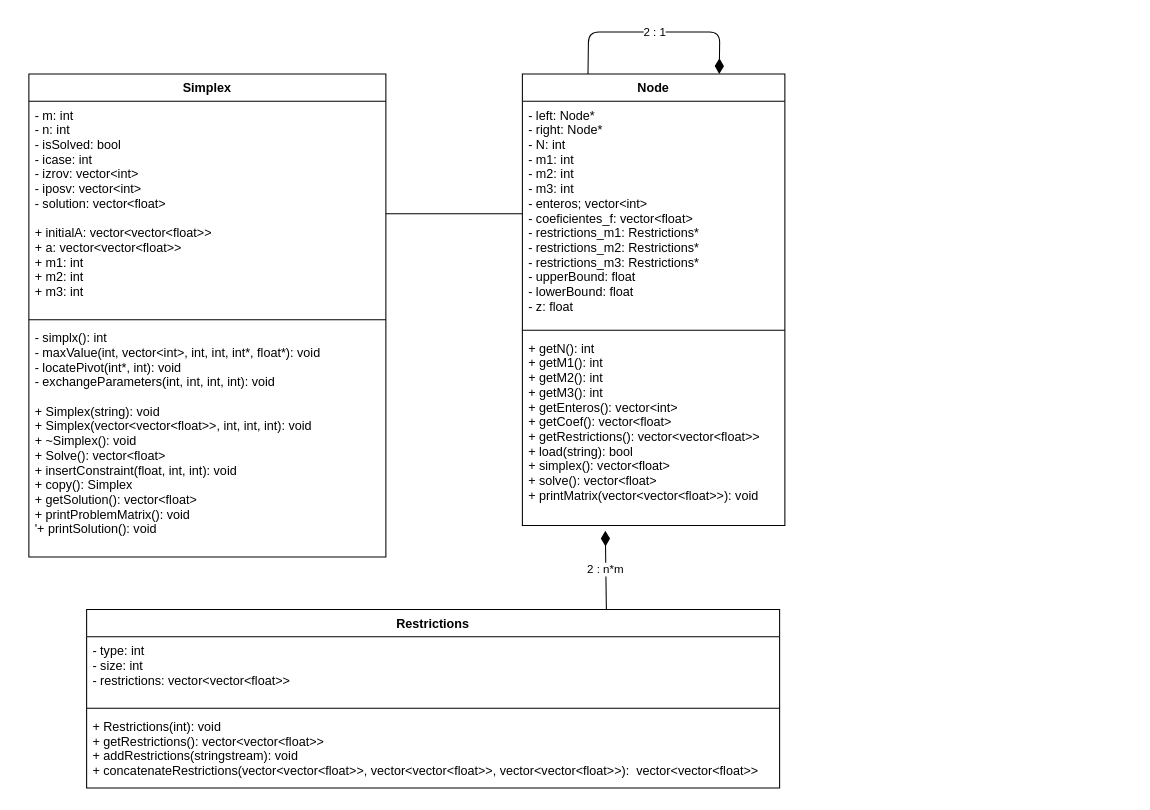
Above: Tarea 3/Class_Diagram.drawio in Ch3chS/Taller_de_progracion (draw.io), before the change. Source tidied: cells renumbered, new cells numbered last; positions are measured from the earlier drawing's top-left corner, leaving out a move shared by most shapes. Both pictures are drawn from the tidied source at 105%, with x=0, y=0 at pixel (28, 32).
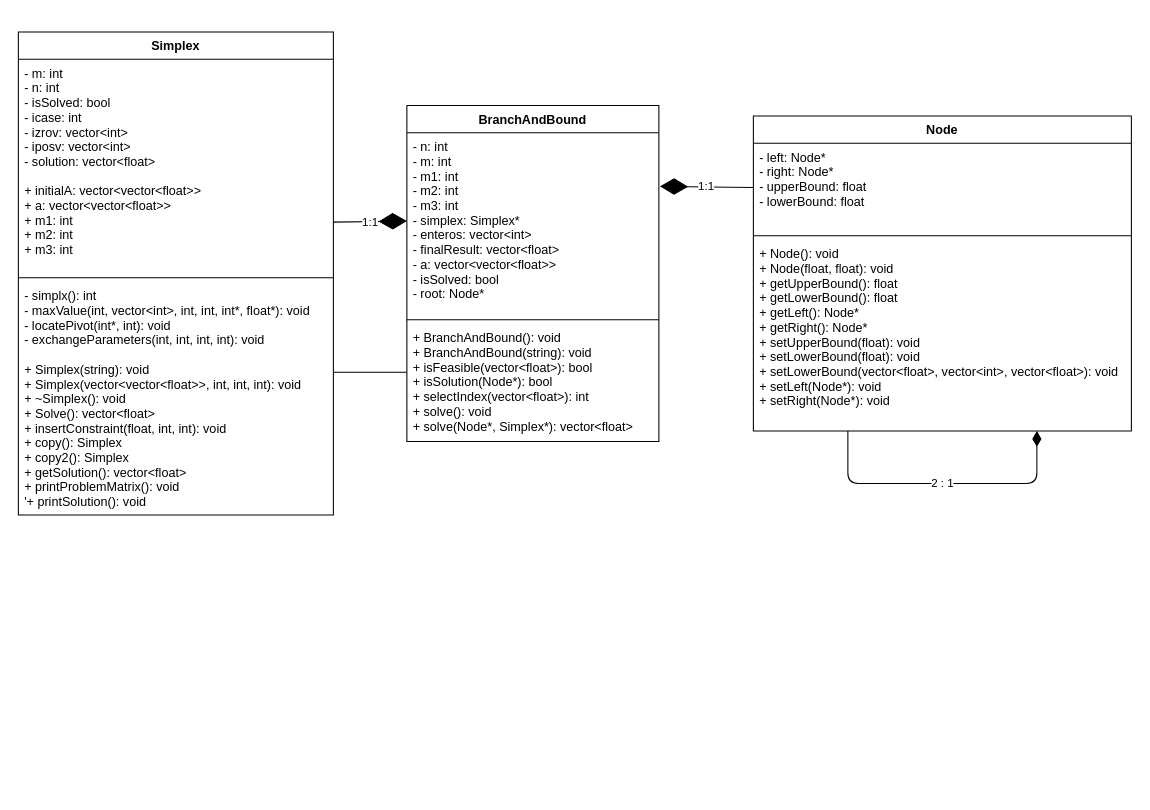
The same page after the edit.

The edit, as a diff of the source:
```diff
@@
-    <mxCell id="2" value="Restrictions" style="swimlane;fontStyle=1;align=center;verticalAlign=top;horizontal=1;startSize=26;" parent="1" vertex="1">
-      <mxGeometry x="55" y="550" width="660" height="170" as="geometry" />
-    </mxCell>
-    <mxCell id="3" value="- type: int&#10;- size: int&#10;- restrictions: vector&lt;vector&lt;float&gt;&gt; " style="text;strokeColor=none;fillColor=none;align=left;verticalAlign=top;spacingLeft=4;spacingRight=4;overflow=hidden;" parent="2" vertex="1">
-      <mxGeometry y="26" width="660" height="64" as="geometry" />
-    </mxCell>
-    <mxCell id="4" style="line;strokeWidth=1;fillColor=none;align=left;verticalAlign=middle;spacingTop=-1;spacingLeft=3;spacingRight=3;labelPosition=right;strokeColor=inherit;" parent="2" vertex="1">
-      <mxGeometry y="90" width="660" height="8" as="geometry" />
-    </mxCell>
-    <mxCell id="5" value="+ Restrictions(int): void&#10;+ getRestrictions(): vector&lt;vector&lt;float&gt;&gt;&#10;+ addRestrictions(stringstream): void&#10;+ concatenateRestrictions(vector&lt;vector&lt;float&gt;&gt;, vector&lt;vector&lt;float&gt;&gt;, vector&lt;vector&lt;float&gt;&gt;):  vector&lt;vector&lt;float&gt;&gt;" style="text;strokeColor=none;fillColor=none;align=left;verticalAlign=top;spacingLeft=4;spacingRight=4;overflow=hidden;" parent="2" vertex="1">
-      <mxGeometry y="98" width="660" height="72" as="geometry" />
-    </mxCell>
-    <mxCell id="6" style="edgeStyle=none;html=1;entryX=0;entryY=0.5;entryDx=0;entryDy=0;endArrow=none;endFill=0;" parent="1" edge="1" target="13">
-      <mxGeometry relative="1" as="geometry">
-        <mxPoint x="340" y="173" as="sourcePoint" />
-      </mxGeometry>
-    </mxCell>
     <mxCell id="7" value="Simplex" style="swimlane;fontStyle=1;align=center;verticalAlign=top;horizontal=1;startSize=26;" parent="1" vertex="1">
-      <mxGeometry y="40" width="340" height="460" as="geometry" />
+      <mxGeometry x="-10" width="300" height="460" as="geometry" />
     </mxCell>
     <mxCell id="8" value="- m: int&#10;- n: int&#10;- isSolved: bool&#10;- icase: int&#10;- izrov: vector&lt;int&gt;&#10;- iposv: vector&lt;int&gt;&#10;- solution: vector&lt;float&gt;&#10;&#10;+ initialA: vector&lt;vector&lt;float&gt;&gt;&#10;+ a: vector&lt;vector&lt;float&gt;&gt;&#10;+ m1: int&#10;+ m2: int&#10;+ m3: int" style="text;strokeColor=none;fillColor=none;align=left;verticalAlign=top;spacingLeft=4;spacingRight=4;overflow=hidden;points=[[0,0.5],[1,0.5]];portConstraint=eastwest;" parent="7" vertex="1">
-      <mxGeometry y="26" width="340" height="204" as="geometry" />
+      <mxGeometry y="26" width="300" height="204" as="geometry" />
     </mxCell>
     <mxCell id="9" style="line;strokeWidth=1;fillColor=none;align=left;verticalAlign=middle;spacingTop=-1;spacingLeft=3;spacingRight=3;labelPosition=right;strokeColor=inherit;" parent="7" vertex="1">
-      <mxGeometry y="230" width="340" height="8" as="geometry" />
+      <mxGeometry y="230" width="300" height="8" as="geometry" />
     </mxCell>
-    <mxCell id="10" value="- simplx(): int&#10;- maxValue(int, vector&lt;int&gt;, int, int, int*, float*): void&#10;- locatePivot(int*, int): void&#10;- exchangeParameters(int, int, int, int): void&#10;&#10;+ Simplex(string): void&#10;+ Simplex(vector&lt;vector&lt;float&gt;&gt;, int, int, int): void&#10;+ ~Simplex(): void&#10;+ Solve(): vector&lt;float&gt;&#10;+ insertConstraint(float, int, int): void&#10;+ copy(): Simplex&#10;+ getSolution(): vector&lt;float&gt;&#10;+ printProblemMatrix(): void&#10;'+ printSolution(): void" style="text;strokeColor=none;fillColor=none;align=left;verticalAlign=top;spacingLeft=4;spacingRight=4;overflow=hidden;" parent="7" vertex="1">
-      <mxGeometry y="238" width="340" height="222" as="geometry" />
+    <mxCell id="10" value="- simplx(): int&#10;- maxValue(int, vector&lt;int&gt;, int, int, int*, float*): void&#10;- locatePivot(int*, int): void&#10;- exchangeParameters(int, int, int, int): void&#10;&#10;+ Simplex(string): void&#10;+ Simplex(vector&lt;vector&lt;float&gt;&gt;, int, int, int): void&#10;+ ~Simplex(): void&#10;+ Solve(): vector&lt;float&gt;&#10;+ insertConstraint(float, int, int): void&#10;+ copy(): Simplex&#10;+ copy2(): Simplex&#10;+ getSolution(): vector&lt;float&gt;&#10;+ printProblemMatrix(): void&#10;'+ printSolution(): void" style="text;strokeColor=none;fillColor=none;align=left;verticalAlign=top;spacingLeft=4;spacingRight=4;overflow=hidden;" parent="7" vertex="1">
+      <mxGeometry y="238" width="300" height="222" as="geometry" />
     </mxCell>
-    <mxCell id="11" value="2 : 1&lt;br&gt;" style="edgeStyle=none;html=1;exitX=0.25;exitY=0;exitDx=0;exitDy=0;endArrow=diamondThin;endFill=1;entryX=0.75;entryY=0;entryDx=0;entryDy=0;startArrow=none;startFill=0;endSize=12;" parent="1" edge="1" source="12" target="12">
+    <mxCell id="11" value="2 : 1&lt;br&gt;" style="edgeStyle=none;html=1;exitX=0.25;exitY=1;exitDx=0;exitDy=0;endArrow=diamondThin;endFill=1;entryX=0.75;entryY=1;entryDx=0;entryDy=0;startArrow=none;startFill=0;endSize=12;" parent="1" edge="1" source="12" target="12">
       <mxGeometry relative="1" as="geometry">
         <Array as="points">
-          <mxPoint x="533" />
-          <mxPoint x="658" />
+          <mxPoint x="780" y="430" />
+          <mxPoint x="960" y="430" />
         </Array>
       </mxGeometry>
     </mxCell>
     <mxCell id="12" value="Node" style="swimlane;fontStyle=1;align=center;verticalAlign=top;horizontal=1;startSize=26;" parent="1" vertex="1">
-      <mxGeometry x="470" y="40" width="250" height="430" as="geometry" />
+      <mxGeometry x="690" y="80" width="360" height="300" as="geometry" />
     </mxCell>
-    <mxCell id="13" value="- left: Node*&#10;- right: Node*&#10;- N: int&#10;- m1: int&#10;- m2: int&#10;- m3: int&#10;- enteros; vector&lt;int&gt;&#10;- coeficientes_f: vector&lt;float&gt;&#10;- restrictions_m1: Restrictions*&#10;- restrictions_m2: Restrictions*&#10;- restrictions_m3: Restrictions*&#10;- upperBound: float&#10;- lowerBound: float&#10;- z: float" style="text;strokeColor=none;fillColor=none;align=left;verticalAlign=top;spacingLeft=4;spacingRight=4;overflow=hidden;points=[[0,0.5],[1,0.5]];portConstraint=eastwest;" parent="12" vertex="1">
-      <mxGeometry y="26" width="250" height="214" as="geometry" />
+    <mxCell id="13" value="- left: Node*&#10;- right: Node*&#10;- upperBound: float&#10;- lowerBound: float&#10;" style="text;strokeColor=none;fillColor=none;align=left;verticalAlign=top;spacingLeft=4;spacingRight=4;overflow=hidden;points=[[0,0.5],[1,0.5]];portConstraint=eastwest;" parent="12" vertex="1">
+      <mxGeometry y="26" width="360" height="84" as="geometry" />
     </mxCell>
     <mxCell id="14" style="line;strokeWidth=1;fillColor=none;align=left;verticalAlign=middle;spacingTop=-1;spacingLeft=3;spacingRight=3;labelPosition=right;strokeColor=inherit;" parent="12" vertex="1">
-      <mxGeometry y="240" width="250" height="8" as="geometry" />
+      <mxGeometry y="110" width="360" height="8" as="geometry" />
     </mxCell>
-    <mxCell id="15" value="+ getN(): int&#10;+ getM1(): int&#10;+ getM2(): int&#10;+ getM3(): int&#10;+ getEnteros(): vector&lt;int&gt;&#10;+ getCoef(): vector&lt;float&gt;&#10;+ getRestrictions(): vector&lt;vector&lt;float&gt;&gt;&#10;+ load(string): bool&#10;+ simplex(): vector&lt;float&gt;&#10;+ solve(): vector&lt;float&gt;&#10;+ printMatrix(vector&lt;vector&lt;float&gt;&gt;): void" style="text;strokeColor=none;fillColor=none;align=left;verticalAlign=top;spacingLeft=4;spacingRight=4;overflow=hidden;points=[[0,0.5],[1,0.5]];portConstraint=eastwest;" parent="12" vertex="1">
-      <mxGeometry y="248" width="250" height="182" as="geometry" />
+    <mxCell id="15" value="+ Node(): void&#10;+ Node(float, float): void&#10;+ getUpperBound(): float&#10;+ getLowerBound(): float&#10;+ getLeft(): Node*&#10;+ getRight(): Node*&#10;+ setUpperBound(float): void&#10;+ setLowerBound(float): void&#10;+ setLowerBound(vector&lt;float&gt;, vector&lt;int&gt;, vector&lt;float&gt;): void&#10;+ setLeft(Node*): void&#10;+ setRight(Node*): void" style="text;strokeColor=none;fillColor=none;align=left;verticalAlign=top;spacingLeft=4;spacingRight=4;overflow=hidden;points=[[0,0.5],[1,0.5]];portConstraint=eastwest;" parent="12" vertex="1">
+      <mxGeometry y="118" width="360" height="182" as="geometry" />
     </mxCell>
-    <mxCell id="16" value="2 : n*m&lt;br&gt;" style="edgeStyle=none;html=1;exitX=0.75;exitY=0;exitDx=0;exitDy=0;endArrow=diamondThin;endFill=1;entryX=0.316;entryY=1.027;entryDx=0;entryDy=0;startArrow=none;startFill=0;endSize=12;entryPerimeter=0;" parent="1" edge="1" source="2" target="15">
-      <mxGeometry relative="1" as="geometry" />
+    <mxCell id="16" value="BranchAndBound" style="swimlane;fontStyle=1;align=center;verticalAlign=top;horizontal=1;startSize=26;" parent="1" vertex="1">
+      <mxGeometry x="360" y="70" width="240" height="320" as="geometry" />
     </mxCell>
+    <mxCell id="17" value="- n: int&#10;- m: int&#10;- m1: int&#10;- m2: int&#10;- m3: int&#10;- simplex: Simplex*&#10;- enteros: vector&lt;int&gt;&#10;- finalResult: vector&lt;float&gt;&#10;- a: vector&lt;vector&lt;float&gt;&gt;&#10;- isSolved: bool&#10;- root: Node*" style="text;strokeColor=none;fillColor=none;align=left;verticalAlign=top;spacingLeft=4;spacingRight=4;overflow=hidden;points=[[0,0.5],[1,0.5]];portConstraint=eastwest;" parent="16" vertex="1">
+      <mxGeometry y="26" width="240" height="174" as="geometry" />
+    </mxCell>
+    <mxCell id="18" style="line;strokeWidth=1;fillColor=none;align=left;verticalAlign=middle;spacingTop=-1;spacingLeft=3;spacingRight=3;labelPosition=right;strokeColor=inherit;" parent="16" vertex="1">
+      <mxGeometry y="200" width="240" height="8" as="geometry" />
+    </mxCell>
+    <mxCell id="19" value="+ BranchAndBound(): void&#10;+ BranchAndBound(string): void&#10;+ isFeasible(vector&lt;float&gt;): bool&#10;+ isSolution(Node*): bool&#10;+ selectIndex(vector&lt;float&gt;): int&#10;+ solve(): void&#10;+ solve(Node*, Simplex*): vector&lt;float&gt;" style="text;strokeColor=none;fillColor=none;align=left;verticalAlign=top;spacingLeft=4;spacingRight=4;overflow=hidden;" parent="16" vertex="1">
+      <mxGeometry y="208" width="240" height="112" as="geometry" />
+    </mxCell>
+    <mxCell id="20" value="1:1" style="endArrow=diamondThin;endFill=1;endSize=24;html=1;entryX=1.004;entryY=0.293;entryDx=0;entryDy=0;entryPerimeter=0;exitX=0;exitY=0.5;exitDx=0;exitDy=0;" parent="1" edge="1" source="13" target="17">
+      <mxGeometry relative="1" as="geometry" />
+    </mxCell>
+    <mxCell id="21" style="line;strokeWidth=1;fillColor=none;align=left;verticalAlign=middle;spacingTop=-1;spacingLeft=3;spacingRight=3;labelPosition=right;strokeColor=inherit;" parent="1" vertex="1">
+      <mxGeometry x="290" y="320" width="70" height="8" as="geometry" />
+    </mxCell>
+    <mxCell id="22" value="1:1" style="endArrow=diamondThin;endFill=1;endSize=24;html=1;exitX=1;exitY=0.76;exitDx=0;exitDy=0;exitPerimeter=0;" parent="1" edge="1" source="8">
+      <mxGeometry relative="1" as="geometry">
+        <mxPoint x="360" y="180" as="targetPoint" />
+      </mxGeometry>
+    </mxCell>
```
